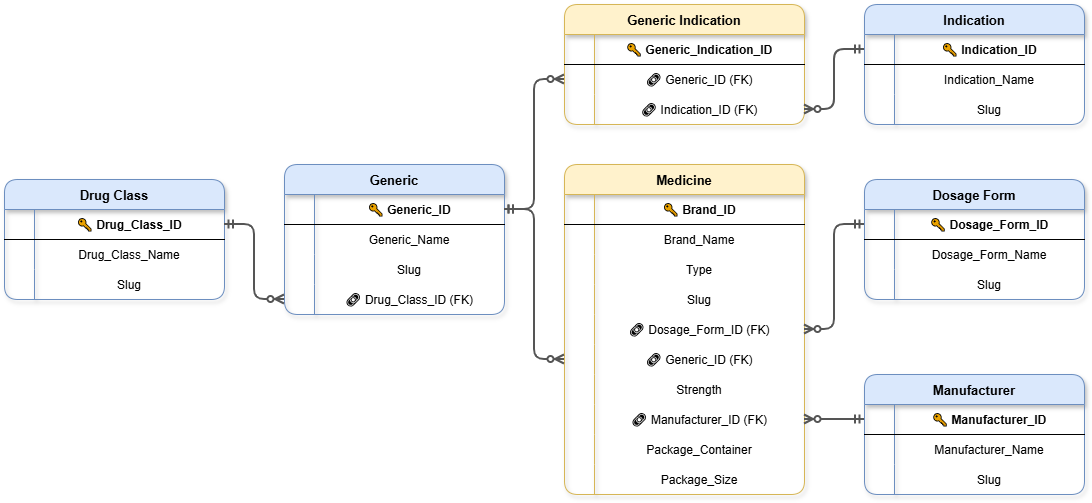
GabrielaY0rdanova/PharmaMarket_ETL keeps this draw.io diagram as docs/Pharma_ERD.png. Above is the earlier version. Source tidied: cells renumbered, new cells last; positions are measured from the earlier drawing's top-left corner, leaving out a move shared by most shapes.
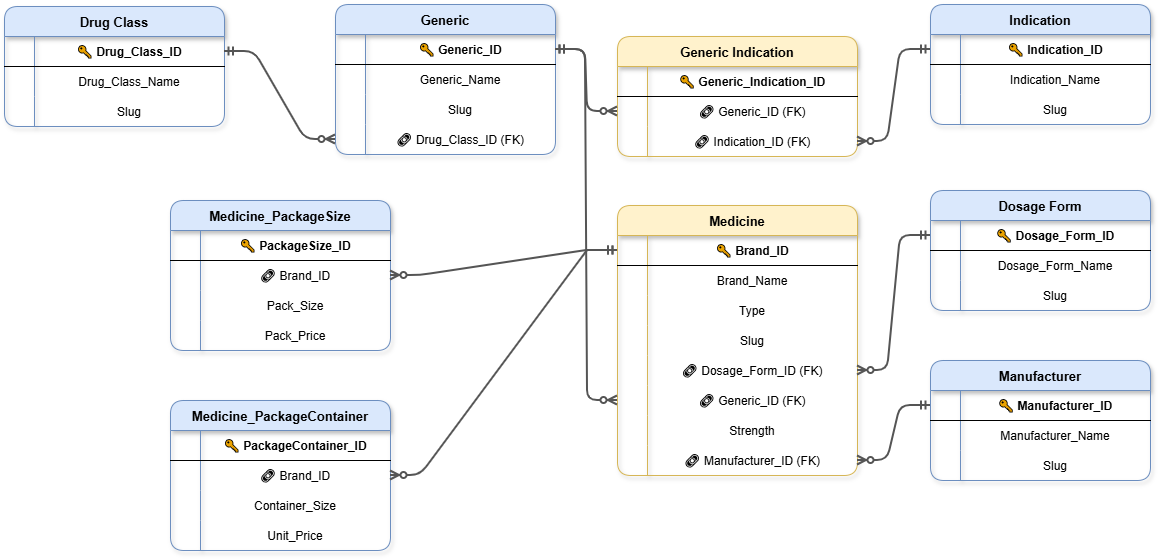
Above is the later version.

Change to the diagram source:
```diff
@@ -3,7 +3,7 @@
     <mxCell id="0" />
     <mxCell id="1" parent="0" />
     <mxCell id="2" value="Generic" style="shape=table;startSize=30;rowLines=0;fontStyle=1;align=center;fillColor=#dae8fc;strokeColor=#6c8ebf;fontSize=13;rounded=1;shadow=1;" parent="1" vertex="1">
-      <mxGeometry x="280" y="160" width="220" height="150" as="geometry" />
+      <mxGeometry x="305" y="-3" width="220" height="150" as="geometry" />
     </mxCell>
     <mxCell id="3" style="shape=tableRow;horizontal=0;startSize=0;swimlaneHead=0;swimlaneBody=0;fillColor=none;points=[[0,0.5],[1,0.5]];portConstraint=eastwest;fontSize=12;top=0;left=0;right=0;bottom=1;" parent="2" vertex="1">
       <mxGeometry y="30" width="220" height="30" as="geometry" />
@@ -42,7 +42,7 @@
       <mxGeometry x="30" width="190" height="30" as="geometry" />
     </mxCell>
     <mxCell id="15" value="Drug Class" style="shape=table;startSize=30;rowLines=0;fontStyle=1;align=center;fillColor=#dae8fc;strokeColor=#6c8ebf;fontSize=13;rounded=1;shadow=1;" parent="1" vertex="1">
-      <mxGeometry y="175" width="220" height="120" as="geometry" />
+      <mxGeometry x="-26" y="-1" width="220" height="120" as="geometry" />
     </mxCell>
     <mxCell id="16" style="shape=tableRow;horizontal=0;startSize=0;swimlaneHead=0;swimlaneBody=0;fillColor=none;points=[[0,0.5],[1,0.5]];portConstraint=eastwest;fontSize=12;top=0;left=0;right=0;bottom=1;" parent="15" vertex="1">
       <mxGeometry y="30" width="220" height="30" as="geometry" />
@@ -72,7 +72,7 @@
       <mxGeometry x="30" width="190" height="30" as="geometry" />
     </mxCell>
     <mxCell id="25" value="Generic Indication" style="shape=table;startSize=30;rowLines=0;fontStyle=1;align=center;fillColor=#fff2cc;strokeColor=#d6b656;fontSize=13;rounded=1;shadow=1;" parent="1" vertex="1">
-      <mxGeometry x="560" width="240" height="120" as="geometry" />
+      <mxGeometry x="587" y="29" width="240" height="120" as="geometry" />
     </mxCell>
     <mxCell id="26" style="shape=tableRow;horizontal=0;startSize=0;swimlaneHead=0;swimlaneBody=0;fillColor=none;fontSize=12;top=0;left=0;right=0;bottom=1;" parent="25" vertex="1">
       <mxGeometry y="30" width="240" height="30" as="geometry" />
@@ -102,7 +102,7 @@
       <mxGeometry x="30" width="210" height="30" as="geometry" />
     </mxCell>
     <mxCell id="35" value="Indication" style="shape=table;startSize=30;rowLines=0;fontStyle=1;align=center;fillColor=#dae8fc;strokeColor=#6c8ebf;fontSize=13;rounded=1;shadow=1;" parent="1" vertex="1">
-      <mxGeometry x="860" width="220" height="120" as="geometry" />
+      <mxGeometry x="900" y="-3" width="220" height="120" as="geometry" />
     </mxCell>
     <mxCell id="36" style="shape=tableRow;horizontal=0;startSize=0;swimlaneHead=0;swimlaneBody=0;fillColor=none;points=[[0,0.5],[1,0.5]];portConstraint=eastwest;fontSize=12;top=0;left=0;right=0;bottom=1;" parent="35" vertex="1">
       <mxGeometry y="30" width="220" height="30" as="geometry" />
@@ -132,7 +132,7 @@
       <mxGeometry x="30" width="190" height="30" as="geometry" />
     </mxCell>
     <mxCell id="45" value="Medicine" style="shape=table;startSize=30;rowLines=0;fontStyle=1;align=center;fillColor=#fff2cc;strokeColor=#d6b656;fontSize=13;rounded=1;shadow=1;" parent="1" vertex="1">
-      <mxGeometry x="560" y="160" width="240" height="330" as="geometry" />
+      <mxGeometry x="587" y="198" width="240" height="270" as="geometry" />
     </mxCell>
     <mxCell id="46" style="shape=tableRow;horizontal=0;startSize=0;swimlaneHead=0;swimlaneBody=0;fillColor=none;points=[[0,0.5],[1,0.5]];portConstraint=eastwest;fontSize=12;top=0;left=0;right=0;bottom=1;" parent="45" vertex="1">
       <mxGeometry y="30" width="240" height="30" as="geometry" />
@@ -206,26 +206,8 @@
     <mxCell id="69" value="🔗 Manufacturer_ID (FK)" style="shape=partialRectangle;fillColor=none;top=0;left=0;bottom=0;right=0;" parent="67" vertex="1">
       <mxGeometry x="30" width="210" height="30" as="geometry" />
     </mxCell>
-    <mxCell id="70" style="shape=tableRow;horizontal=0;startSize=0;swimlaneHead=0;swimlaneBody=0;fillColor=none;fontSize=12;top=0;left=0;right=0;bottom=0;" parent="45" vertex="1">
-      <mxGeometry y="270" width="240" height="30" as="geometry" />
-    </mxCell>
-    <mxCell id="71" style="shape=partialRectangle;fillColor=none;top=0;left=0;bottom=0;right=0;" parent="70" vertex="1">
-      <mxGeometry width="30" height="30" as="geometry" />
-    </mxCell>
-    <mxCell id="72" value="Package_Container" style="shape=partialRectangle;fillColor=none;top=0;left=0;bottom=0;right=0;" parent="70" vertex="1">
-      <mxGeometry x="30" width="210" height="30" as="geometry" />
-    </mxCell>
-    <mxCell id="73" style="shape=tableRow;horizontal=0;startSize=0;swimlaneHead=0;swimlaneBody=0;fillColor=none;fontSize=12;top=0;left=0;right=0;bottom=0;" parent="45" vertex="1">
-      <mxGeometry y="300" width="240" height="30" as="geometry" />
-    </mxCell>
-    <mxCell id="74" style="shape=partialRectangle;fillColor=none;top=0;left=0;bottom=0;right=0;" parent="73" vertex="1">
-      <mxGeometry width="30" height="30" as="geometry" />
-    </mxCell>
-    <mxCell id="75" value="Package_Size" style="shape=partialRectangle;fillColor=none;top=0;left=0;bottom=0;right=0;" parent="73" vertex="1">
-      <mxGeometry x="30" width="210" height="30" as="geometry" />
-    </mxCell>
     <mxCell id="76" value="Dosage Form" style="shape=table;startSize=30;rowLines=0;fontStyle=1;align=center;fillColor=#dae8fc;strokeColor=#6c8ebf;fontSize=13;rounded=1;shadow=1;" parent="1" vertex="1">
-      <mxGeometry x="860" y="175" width="220" height="120" as="geometry" />
+      <mxGeometry x="900" y="183" width="220" height="120" as="geometry" />
     </mxCell>
     <mxCell id="77" style="shape=tableRow;horizontal=0;startSize=0;swimlaneHead=0;swimlaneBody=0;fillColor=none;points=[[0,0.5],[1,0.5]];portConstraint=eastwest;fontSize=12;top=0;left=0;right=0;bottom=1;" parent="76" vertex="1">
       <mxGeometry y="30" width="220" height="30" as="geometry" />
@@ -255,7 +237,7 @@
       <mxGeometry x="30" width="190" height="30" as="geometry" />
     </mxCell>
     <mxCell id="86" value="Manufacturer" style="shape=table;startSize=30;rowLines=0;fontStyle=1;align=center;fillColor=#dae8fc;strokeColor=#6c8ebf;fontSize=13;rounded=1;shadow=1;" parent="1" vertex="1">
-      <mxGeometry x="860" y="370" width="220" height="120" as="geometry" />
+      <mxGeometry x="900" y="353" width="220" height="120" as="geometry" />
     </mxCell>
     <mxCell id="87" style="shape=tableRow;horizontal=0;startSize=0;swimlaneHead=0;swimlaneBody=0;fillColor=none;points=[[0,0.5],[1,0.5]];portConstraint=eastwest;fontSize=12;top=0;left=0;right=0;bottom=1;" parent="86" vertex="1">
       <mxGeometry y="30" width="220" height="30" as="geometry" />
@@ -290,7 +272,7 @@
     <mxCell id="97" style="edgeStyle=entityRelationEdgeStyle;endArrow=ERmandOne;startArrow=ERzeroToMany;exitX=1;exitY=0.5;entryX=0;entryY=0.5;strokeColor=#555555;strokeWidth=2;" parent="1" edge="1" source="32" target="36">
       <mxGeometry relative="1" as="geometry" />
     </mxCell>
-    <mxCell id="98" style="edgeStyle=entityRelationEdgeStyle;endArrow=ERzeroToMany;startArrow=ERmandOne;exitX=1;exitY=0.5;entryX=0;entryY=0.5;strokeColor=#555555;strokeWidth=2;" parent="1" edge="1" source="3" target="61">
+    <mxCell id="98" style="edgeStyle=entityRelationEdgeStyle;endArrow=ERzeroToMany;startArrow=ERmandOne;exitX=1;exitY=0.5;entryX=0;entryY=0.5;strokeColor=#555555;strokeWidth=2;jumpStyle=gap;" parent="1" edge="1" source="3" target="61">
       <mxGeometry relative="1" as="geometry" />
     </mxCell>
     <mxCell id="99" style="edgeStyle=entityRelationEdgeStyle;endArrow=ERzeroToMany;startArrow=ERmandOne;exitX=1;exitY=0.5;entryX=0;entryY=0.5;strokeColor=#555555;strokeWidth=2;" parent="1" edge="1" source="16" target="12">
@@ -302,5 +284,89 @@
     <mxCell id="101" style="edgeStyle=entityRelationEdgeStyle;endArrow=ERzeroToMany;startArrow=ERmandOne;exitX=0;exitY=0.5;entryX=1;entryY=0.5;strokeColor=#555555;strokeWidth=2;" parent="1" edge="1" source="87" target="67">
       <mxGeometry relative="1" as="geometry" />
     </mxCell>
+    <mxCell id="102" value="Medicine_PackageContainer" style="shape=table;startSize=30;rowLines=0;fontStyle=1;align=center;fillColor=#dae8fc;strokeColor=#6c8ebf;fontSize=13;rounded=1;shadow=1;" parent="1" vertex="1">
+      <mxGeometry x="140" y="393" width="220" height="150" as="geometry" />
+    </mxCell>
+    <mxCell id="103" style="shape=tableRow;horizontal=0;startSize=0;swimlaneHead=0;swimlaneBody=0;fillColor=none;fontSize=12;top=0;left=0;right=0;bottom=1;" parent="102" vertex="1">
+      <mxGeometry y="30" width="220" height="30" as="geometry" />
+    </mxCell>
+    <mxCell id="104" style="shape=partialRectangle;fillColor=none;top=0;left=0;bottom=0;right=0;" parent="103" vertex="1">
+      <mxGeometry width="30" height="30" as="geometry" />
+    </mxCell>
+    <mxCell id="105" value="🔑 PackageContainer_ID" style="shape=partialRectangle;fillColor=none;top=0;left=0;bottom=0;right=0;fontStyle=1;" parent="103" vertex="1">
+      <mxGeometry x="30" width="190" height="30" as="geometry" />
+    </mxCell>
+    <mxCell id="106" style="shape=tableRow;horizontal=0;startSize=0;swimlaneHead=0;swimlaneBody=0;fillColor=none;points=[[0,0.5],[1,0.5]];portConstraint=eastwest;fontSize=12;top=0;left=0;right=0;bottom=0;" parent="102" vertex="1">
+      <mxGeometry y="60" width="220" height="30" as="geometry" />
+    </mxCell>
+    <mxCell id="107" style="shape=partialRectangle;fillColor=none;top=0;left=0;bottom=0;right=0;" parent="106" vertex="1">
+      <mxGeometry width="30" height="30" as="geometry" />
+    </mxCell>
+    <mxCell id="108" value="🔗 Brand_ID" style="shape=partialRectangle;fillColor=none;top=0;left=0;bottom=0;right=0;" parent="106" vertex="1">
+      <mxGeometry x="30" width="190" height="30" as="geometry" />
+    </mxCell>
+    <mxCell id="109" style="shape=tableRow;horizontal=0;startSize=0;swimlaneHead=0;swimlaneBody=0;fillColor=none;fontSize=12;top=0;left=0;right=0;bottom=0;" parent="102" vertex="1">
+      <mxGeometry y="90" width="220" height="30" as="geometry" />
+    </mxCell>
+    <mxCell id="110" style="shape=partialRectangle;fillColor=none;top=0;left=0;bottom=0;right=0;" parent="109" vertex="1">
+      <mxGeometry width="30" height="30" as="geometry" />
+    </mxCell>
+    <mxCell id="111" value="Container_Size" style="shape=partialRectangle;fillColor=none;top=0;left=0;bottom=0;right=0;" parent="109" vertex="1">
+      <mxGeometry x="30" width="190" height="30" as="geometry" />
+    </mxCell>
+    <mxCell id="112" style="shape=tableRow;horizontal=0;startSize=0;swimlaneHead=0;swimlaneBody=0;fillColor=none;fontSize=12;top=0;left=0;right=0;bottom=0;" parent="102" vertex="1">
+      <mxGeometry y="120" width="220" height="30" as="geometry" />
+    </mxCell>
+    <mxCell id="113" style="shape=partialRectangle;fillColor=none;top=0;left=0;bottom=0;right=0;" parent="112" vertex="1">
+      <mxGeometry width="30" height="30" as="geometry" />
+    </mxCell>
+    <mxCell id="114" value="Unit_Price" style="shape=partialRectangle;fillColor=none;top=0;left=0;bottom=0;right=0;" parent="112" vertex="1">
+      <mxGeometry x="30" width="190" height="30" as="geometry" />
+    </mxCell>
+    <mxCell id="115" value="Medicine_PackageSize" style="shape=table;startSize=30;rowLines=0;fontStyle=1;align=center;fillColor=#dae8fc;strokeColor=#6c8ebf;fontSize=13;rounded=1;shadow=1;" parent="1" vertex="1">
+      <mxGeometry x="140" y="193" width="220" height="150" as="geometry" />
+    </mxCell>
+    <mxCell id="116" style="shape=tableRow;horizontal=0;startSize=0;swimlaneHead=0;swimlaneBody=0;fillColor=none;fontSize=12;top=0;left=0;right=0;bottom=1;" parent="115" vertex="1">
+      <mxGeometry y="30" width="220" height="30" as="geometry" />
+    </mxCell>
+    <mxCell id="117" style="shape=partialRectangle;fillColor=none;top=0;left=0;bottom=0;right=0;" parent="116" vertex="1">
+      <mxGeometry width="30" height="30" as="geometry" />
+    </mxCell>
+    <mxCell id="118" value="🔑 PackageSize_ID" style="shape=partialRectangle;fillColor=none;top=0;left=0;bottom=0;right=0;fontStyle=1;" parent="116" vertex="1">
+      <mxGeometry x="30" width="190" height="30" as="geometry" />
+    </mxCell>
+    <mxCell id="119" style="shape=tableRow;horizontal=0;startSize=0;swimlaneHead=0;swimlaneBody=0;fillColor=none;points=[[0,0.5],[1,0.5]];portConstraint=eastwest;fontSize=12;top=0;left=0;right=0;bottom=0;" parent="115" vertex="1">
+      <mxGeometry y="60" width="220" height="30" as="geometry" />
+    </mxCell>
+    <mxCell id="120" style="shape=partialRectangle;fillColor=none;top=0;left=0;bottom=0;right=0;" parent="119" vertex="1">
+      <mxGeometry width="30" height="30" as="geometry" />
+    </mxCell>
+    <mxCell id="121" value="🔗 Brand_ID" style="shape=partialRectangle;fillColor=none;top=0;left=0;bottom=0;right=0;" parent="119" vertex="1">
+      <mxGeometry x="30" width="190" height="30" as="geometry" />
+    </mxCell>
+    <mxCell id="122" style="shape=tableRow;horizontal=0;startSize=0;swimlaneHead=0;swimlaneBody=0;fillColor=none;fontSize=12;top=0;left=0;right=0;bottom=0;" parent="115" vertex="1">
+      <mxGeometry y="90" width="220" height="30" as="geometry" />
+    </mxCell>
+    <mxCell id="123" style="shape=partialRectangle;fillColor=none;top=0;left=0;bottom=0;right=0;" parent="122" vertex="1">
+      <mxGeometry width="30" height="30" as="geometry" />
+    </mxCell>
+    <mxCell id="124" value="Pack_Size" style="shape=partialRectangle;fillColor=none;top=0;left=0;bottom=0;right=0;" parent="122" vertex="1">
+      <mxGeometry x="30" width="190" height="30" as="geometry" />
+    </mxCell>
+    <mxCell id="125" style="shape=tableRow;horizontal=0;startSize=0;swimlaneHead=0;swimlaneBody=0;fillColor=none;fontSize=12;top=0;left=0;right=0;bottom=0;" parent="115" vertex="1">
+      <mxGeometry y="120" width="220" height="30" as="geometry" />
+    </mxCell>
+    <mxCell id="126" style="shape=partialRectangle;fillColor=none;top=0;left=0;bottom=0;right=0;" parent="125" vertex="1">
+      <mxGeometry width="30" height="30" as="geometry" />
+    </mxCell>
+    <mxCell id="127" value="Pack_Price" style="shape=partialRectangle;fillColor=none;top=0;left=0;bottom=0;right=0;" parent="125" vertex="1">
+      <mxGeometry x="30" width="190" height="30" as="geometry" />
+    </mxCell>
+    <mxCell id="128" style="edgeStyle=entityRelationEdgeStyle;endArrow=ERzeroToMany;startArrow=ERmandOne;exitX=0;exitY=0.5;entryX=1;entryY=0.5;strokeColor=#555555;strokeWidth=2;jumpStyle=gap;" parent="1" edge="1" source="46" target="106">
+      <mxGeometry relative="1" as="geometry" />
+    </mxCell>
+    <mxCell id="129" style="edgeStyle=entityRelationEdgeStyle;endArrow=ERzeroToMany;startArrow=ERmandOne;exitX=0;exitY=0.5;entryX=1;entryY=0.5;strokeColor=#555555;strokeWidth=2;jumpStyle=gap;" parent="1" edge="1" source="46" target="119">
+      <mxGeometry relative="1" as="geometry" />
+    </mxCell>
   </root>
 </mxGraphModel>
```
